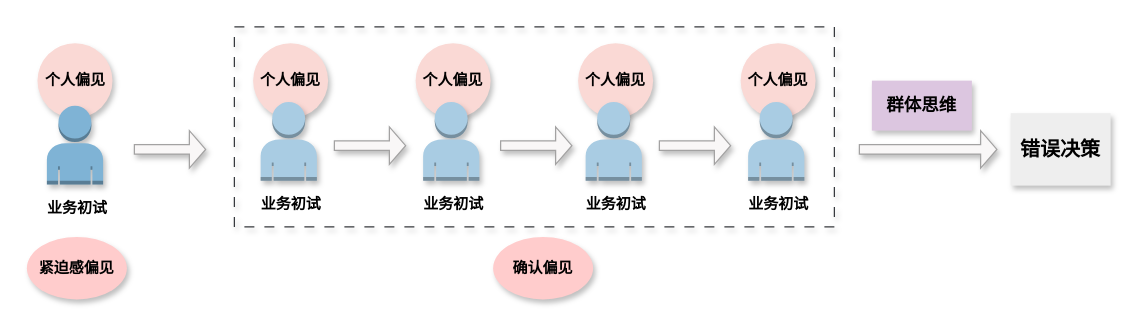
Earlier version of the draw.io diagram page "招聘中的偏见" (1 of 2) of src-draw/招聘中的偏见.drawio (solome/solome.github.com). Source tidied: cells renumbered, new cells numbered last; positions are measured from the earlier drawing's top-left corner, leaving out a move shared by most shapes. Both pictures are drawn from the tidied source at 125%, with x=0, y=0 at pixel (26, 26).
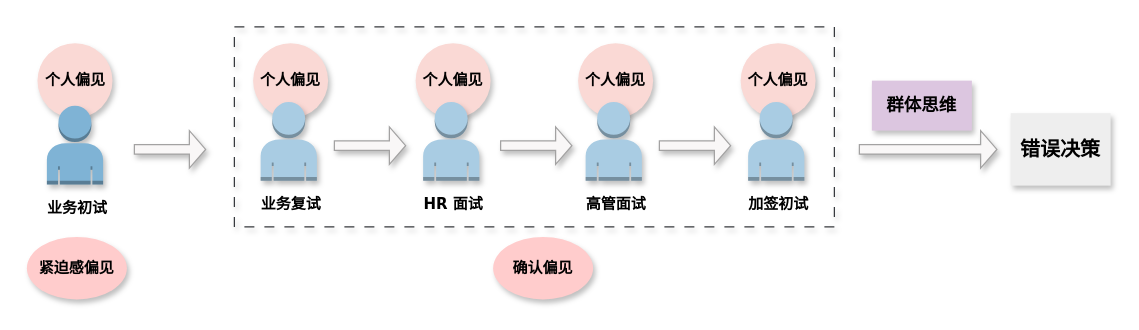
The same diagram, later.

Unchanged cells that the change refers to:
```xml
<mxCell id="13" style="group;" parent="2" vertex="1">
  <mxGeometry x="176" y="60" width="70" height="97" as="geometry" />
</mxCell>
<mxCell id="16" style="group;" parent="2" vertex="1">
  <mxGeometry x="436" y="60" width="70" height="97" as="geometry" />
</mxCell>
<mxCell id="19" style="group;" parent="2" vertex="1">
  <mxGeometry x="566" y="60" width="70" height="97" as="geometry" />
</mxCell>
<mxCell id="22" style="group;" parent="2" vertex="1">
  <mxGeometry x="306" y="60" width="70" height="97" as="geometry" />
</mxCell>
```

The edit, as a diff of the source:
```diff
@@
-    <mxCell id="14" value="业务初试" style="text;html=1;align=center;verticalAlign=middle;strokeColor=none;fillColor=none;fontFamily=Verdana;fontStyle=1;" parent="13" vertex="1">
+    <mxCell id="14" value="业务复试" style="text;html=1;align=center;verticalAlign=middle;strokeColor=none;fillColor=none;fontFamily=Verdana;fontStyle=1;" parent="13" vertex="1">
       <mxGeometry y="67" width="70" height="30" as="geometry" />
     </mxCell>
@@
-    <mxCell id="17" value="业务初试" style="text;html=1;align=center;verticalAlign=middle;strokeColor=none;fillColor=none;fontFamily=Verdana;fontStyle=1;" parent="16" vertex="1">
+    <mxCell id="17" value="高管面试" style="text;html=1;align=center;verticalAlign=middle;strokeColor=none;fillColor=none;fontFamily=Verdana;fontStyle=1;" parent="16" vertex="1">
       <mxGeometry y="67" width="70" height="30" as="geometry" />
     </mxCell>
@@
-    <mxCell id="20" value="业务初试" style="text;html=1;align=center;verticalAlign=middle;strokeColor=none;fillColor=none;fontFamily=Verdana;fontStyle=1;" parent="19" vertex="1">
+    <mxCell id="20" value="加签初试" style="text;html=1;align=center;verticalAlign=middle;strokeColor=none;fillColor=none;fontFamily=Verdana;fontStyle=1;" parent="19" vertex="1">
       <mxGeometry y="67" width="70" height="30" as="geometry" />
     </mxCell>
@@
-    <mxCell id="23" value="业务初试" style="text;html=1;align=center;verticalAlign=middle;strokeColor=none;fillColor=none;fontFamily=Verdana;fontStyle=1;" parent="22" vertex="1">
+    <mxCell id="23" value="HR 面试" style="text;html=1;align=center;verticalAlign=middle;strokeColor=none;fillColor=none;fontFamily=Verdana;fontStyle=1;" parent="22" vertex="1">
       <mxGeometry y="67" width="70" height="30" as="geometry" />
     </mxCell>
```
